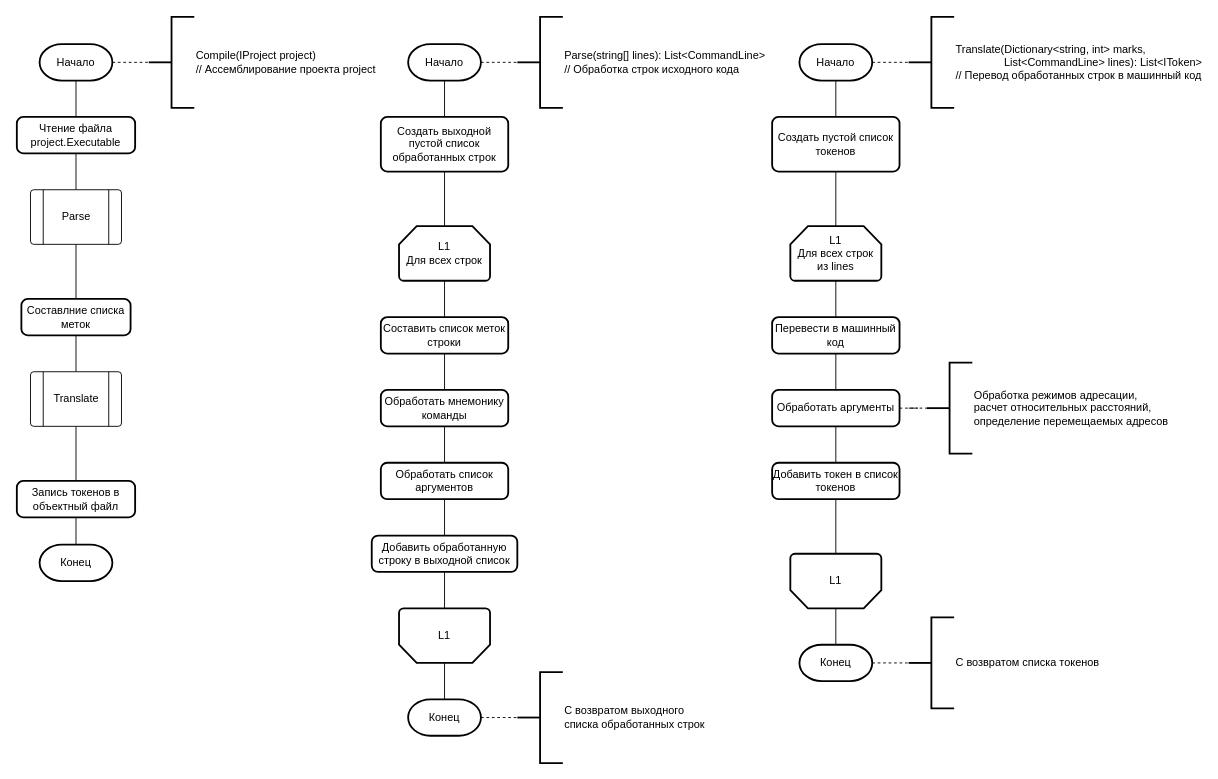
This is page "Ассемблер" (1 of 3) of docs/Схемы/algorithms.drawio from mrypdm/asvt_sem7_kursach, a draw.io file, before an edit. Source tidied: cells renumbered, new cells numbered last; positions are measured from the earlier drawing's top-left corner, leaving out a move shared by most shapes. Both pictures are drawn from the tidied source at 91%, with x=0, y=0 at pixel (16, 16).
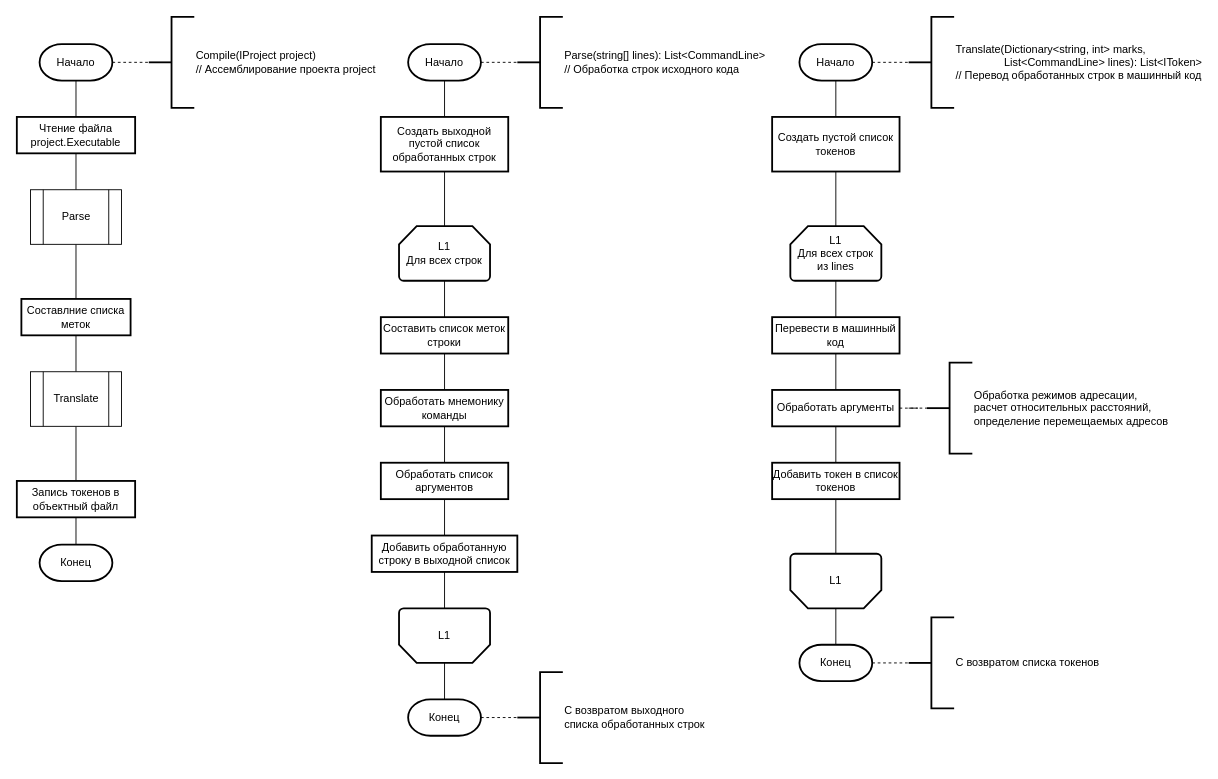
The same page after the edit.

What changed in the source:
```diff
@@
-    <mxCell id="7" value="Чтение файла project.Executable" style="rounded=1;whiteSpace=wrap;html=1;absoluteArcSize=1;arcSize=14;strokeWidth=2;" parent="1" vertex="1">
+    <mxCell id="7" value="Чтение файла project.Executable" style="rounded=0;whiteSpace=wrap;html=1;absoluteArcSize=1;arcSize=14;strokeWidth=2;" parent="1" vertex="1">
       <mxGeometry y="110" width="130" height="40" as="geometry" />
     </mxCell>
@@
-    <mxCell id="9" style="verticalLabelPosition=bottom;verticalAlign=top;html=1;shape=process;whiteSpace=wrap;rounded=1;size=0.14;arcSize=6;" parent="1" vertex="1">
+    <mxCell id="9" style="verticalLabelPosition=bottom;verticalAlign=top;html=1;shape=process;whiteSpace=wrap;rounded=0;size=0.14;arcSize=6;" parent="1" vertex="1">
       <mxGeometry x="15" y="190" width="100" height="60" as="geometry" />
     </mxCell>
@@
-    <mxCell id="12" value="Составлние списка меток" style="rounded=1;whiteSpace=wrap;html=1;absoluteArcSize=1;arcSize=14;strokeWidth=2;" parent="1" vertex="1">
+    <mxCell id="12" value="Составлние списка меток" style="rounded=0;whiteSpace=wrap;html=1;absoluteArcSize=1;arcSize=14;strokeWidth=2;" parent="1" vertex="1">
       <mxGeometry x="5" y="310" width="120" height="40" as="geometry" />
     </mxCell>
@@
-    <mxCell id="14" style="verticalLabelPosition=bottom;verticalAlign=top;html=1;shape=process;whiteSpace=wrap;rounded=1;size=0.14;arcSize=6;" parent="1" vertex="1">
+    <mxCell id="14" style="verticalLabelPosition=bottom;verticalAlign=top;html=1;shape=process;whiteSpace=wrap;rounded=0;size=0.14;arcSize=6;" parent="1" vertex="1">
       <mxGeometry x="15" y="390" width="100" height="60" as="geometry" />
     </mxCell>
@@
-    <mxCell id="16" value="Запись токенов в объектный файл" style="rounded=1;whiteSpace=wrap;html=1;absoluteArcSize=1;arcSize=14;strokeWidth=2;" parent="1" vertex="1">
+    <mxCell id="16" value="Запись токенов в объектный файл" style="rounded=0;whiteSpace=wrap;html=1;absoluteArcSize=1;arcSize=14;strokeWidth=2;" parent="1" vertex="1">
       <mxGeometry y="510" width="130" height="40" as="geometry" />
     </mxCell>
@@
-    <mxCell id="26" value="Составить список меток строки" style="rounded=1;whiteSpace=wrap;html=1;absoluteArcSize=1;arcSize=14;strokeWidth=2;" parent="1" vertex="1">
+    <mxCell id="26" value="Составить список меток строки" style="rounded=0;whiteSpace=wrap;html=1;absoluteArcSize=1;arcSize=14;strokeWidth=2;" parent="1" vertex="1">
       <mxGeometry x="400" y="330" width="140" height="40" as="geometry" />
     </mxCell>
@@
-    <mxCell id="28" value="Обработать мнемонику команды" style="rounded=1;whiteSpace=wrap;html=1;absoluteArcSize=1;arcSize=14;strokeWidth=2;" parent="1" vertex="1">
+    <mxCell id="28" value="Обработать мнемонику команды" style="rounded=0;whiteSpace=wrap;html=1;absoluteArcSize=1;arcSize=14;strokeWidth=2;" parent="1" vertex="1">
       <mxGeometry x="400" y="410" width="140" height="40" as="geometry" />
     </mxCell>
@@
-    <mxCell id="30" value="Обработать список аргументов" style="rounded=1;whiteSpace=wrap;html=1;absoluteArcSize=1;arcSize=14;strokeWidth=2;" parent="1" vertex="1">
+    <mxCell id="30" value="Обработать список аргументов" style="rounded=0;whiteSpace=wrap;html=1;absoluteArcSize=1;arcSize=14;strokeWidth=2;" parent="1" vertex="1">
       <mxGeometry x="400" y="490" width="140" height="40" as="geometry" />
     </mxCell>
@@
-    <mxCell id="34" value="Добавить обработанную строку в выходной список" style="rounded=1;whiteSpace=wrap;html=1;absoluteArcSize=1;arcSize=14;strokeWidth=2;" parent="1" vertex="1">
+    <mxCell id="34" value="Добавить обработанную строку в выходной список" style="rounded=0;whiteSpace=wrap;html=1;absoluteArcSize=1;arcSize=14;strokeWidth=2;" parent="1" vertex="1">
       <mxGeometry x="390" y="570" width="160" height="40" as="geometry" />
     </mxCell>
@@
-    <mxCell id="36" value="Создать выходной пустой список обработанных строк" style="rounded=1;whiteSpace=wrap;html=1;absoluteArcSize=1;arcSize=14;strokeWidth=2;" parent="1" vertex="1">
+    <mxCell id="36" value="Создать выходной пустой список обработанных строк" style="whiteSpace=wrap;html=1;absoluteArcSize=1;arcSize=14;strokeWidth=2;" parent="1" vertex="1">
       <mxGeometry x="400" y="110" width="140" height="60" as="geometry" />
     </mxCell>
@@
-    <mxCell id="47" value="Перевести в машинный код" style="rounded=1;whiteSpace=wrap;html=1;absoluteArcSize=1;arcSize=14;strokeWidth=2;" parent="1" vertex="1">
+    <mxCell id="47" value="Перевести в машинный код" style="rounded=0;whiteSpace=wrap;html=1;absoluteArcSize=1;arcSize=14;strokeWidth=2;" parent="1" vertex="1">
       <mxGeometry x="830" y="330" width="140" height="40" as="geometry" />
     </mxCell>
@@
-    <mxCell id="50" value="Обработать аргументы" style="rounded=1;whiteSpace=wrap;html=1;absoluteArcSize=1;arcSize=14;strokeWidth=2;" parent="1" vertex="1">
+    <mxCell id="50" value="Обработать аргументы" style="rounded=0;whiteSpace=wrap;html=1;absoluteArcSize=1;arcSize=14;strokeWidth=2;" parent="1" vertex="1">
       <mxGeometry x="830" y="410" width="140" height="40" as="geometry" />
     </mxCell>
@@
-    <mxCell id="52" value="Добавить токен в список токенов" style="rounded=1;whiteSpace=wrap;html=1;absoluteArcSize=1;arcSize=14;strokeWidth=2;" parent="1" vertex="1">
+    <mxCell id="52" value="Добавить токен в список токенов" style="rounded=0;whiteSpace=wrap;html=1;absoluteArcSize=1;arcSize=14;strokeWidth=2;" parent="1" vertex="1">
       <mxGeometry x="830" y="490" width="140" height="40" as="geometry" />
     </mxCell>
@@
-    <mxCell id="56" value="Создать пустой список токенов" style="rounded=1;whiteSpace=wrap;html=1;absoluteArcSize=1;arcSize=14;strokeWidth=2;" parent="1" vertex="1">
+    <mxCell id="56" value="Создать пустой список токенов" style="rounded=0;whiteSpace=wrap;html=1;absoluteArcSize=1;arcSize=14;strokeWidth=2;" parent="1" vertex="1">
       <mxGeometry x="830" y="110" width="140" height="60" as="geometry" />
     </mxCell>
```
